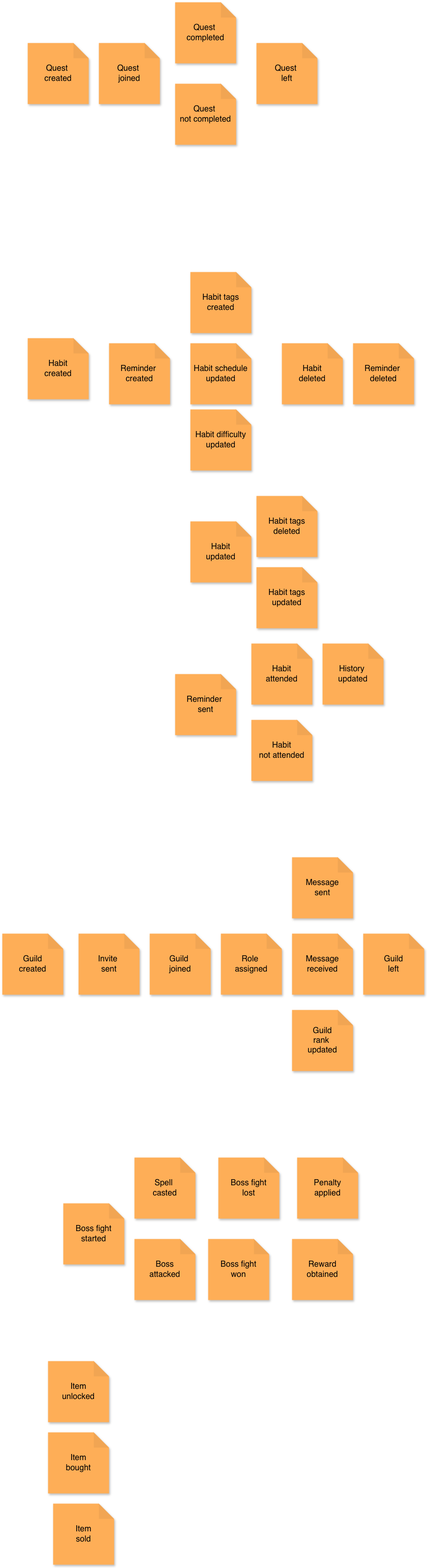
MHS-20/HabitQuest keeps this draw.io diagram as docs/eventStorming/EventStormingTimeline.drawio.png. Above is the earlier version. Source tidied: cells renumbered, new cells last; positions are measured from the earlier drawing's top-left corner, leaving out a move shared by most shapes.
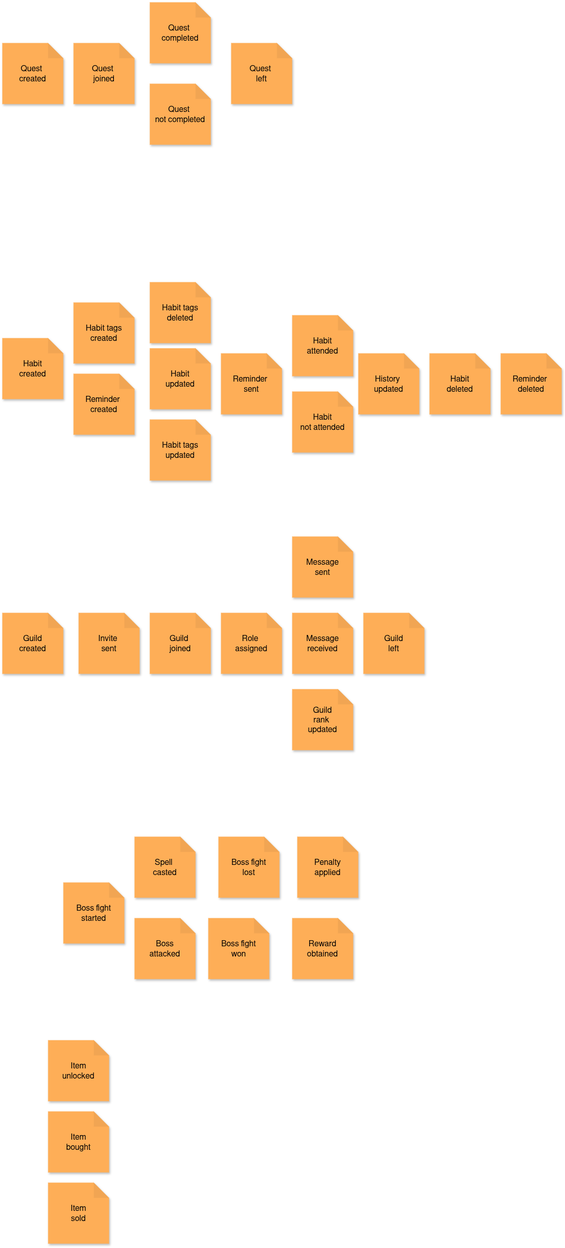
After the change.

The edit, as a diff of the source:
```diff
@@ -3,49 +3,43 @@
     <mxCell id="0" />
     <mxCell id="1" parent="0" />
     <mxCell id="2" value="Quest&amp;nbsp;&lt;div&gt;created&lt;/div&gt;" style="shape=note;whiteSpace=wrap;html=1;backgroundOutline=1;darkOpacity=0.05;fillColor=#feae57;strokeColor=none;fontSize=16;fontStyle=0;rotation=0;shadow=1;" parent="1" vertex="1">
-      <mxGeometry x="50" y="80" width="120" height="120" as="geometry" />
+      <mxGeometry y="710" width="120" height="120" as="geometry" />
     </mxCell>
     <mxCell id="3" value="Quest&amp;nbsp;&lt;div&gt;completed&lt;/div&gt;" style="shape=note;whiteSpace=wrap;html=1;backgroundOutline=1;darkOpacity=0.05;fillColor=#feae57;strokeColor=none;fontSize=16;fontStyle=0;rotation=0;shadow=1;" parent="1" vertex="1">
-      <mxGeometry x="340" width="120" height="120" as="geometry" />
+      <mxGeometry x="290" y="630" width="120" height="120" as="geometry" />
     </mxCell>
     <mxCell id="4" value="Quest&amp;nbsp;&lt;div&gt;not completed&lt;/div&gt;" style="shape=note;whiteSpace=wrap;html=1;backgroundOutline=1;darkOpacity=0.05;fillColor=#feae57;strokeColor=none;fontSize=16;fontStyle=0;rotation=0;shadow=1;" parent="1" vertex="1">
-      <mxGeometry x="340" y="160" width="120" height="120" as="geometry" />
+      <mxGeometry x="290" y="790" width="120" height="120" as="geometry" />
     </mxCell>
     <mxCell id="5" value="Quest&amp;nbsp;&lt;div&gt;joined&lt;/div&gt;" style="shape=note;whiteSpace=wrap;html=1;backgroundOutline=1;darkOpacity=0.05;fillColor=#feae57;strokeColor=none;fontSize=16;fontStyle=0;rotation=0;shadow=1;" parent="1" vertex="1">
-      <mxGeometry x="190" y="80" width="120" height="120" as="geometry" />
+      <mxGeometry x="140" y="710" width="120" height="120" as="geometry" />
     </mxCell>
     <mxCell id="6" value="Quest&amp;nbsp;&lt;div&gt;left&lt;/div&gt;" style="shape=note;whiteSpace=wrap;html=1;backgroundOutline=1;darkOpacity=0.05;fillColor=#feae57;strokeColor=none;fontSize=16;fontStyle=0;rotation=0;shadow=1;" parent="1" vertex="1">
-      <mxGeometry x="500" y="80" width="120" height="120" as="geometry" />
+      <mxGeometry x="450" y="710" width="120" height="120" as="geometry" />
     </mxCell>
-    <mxCell id="7" value="Habit difficulty&lt;div&gt;updated&lt;/div&gt;" style="shape=note;whiteSpace=wrap;html=1;backgroundOutline=1;darkOpacity=0.05;fillColor=#feae57;strokeColor=none;fontSize=16;fontStyle=0;rotation=0;shadow=1;" parent="1" vertex="1">
-      <mxGeometry x="370" y="800" width="120" height="120" as="geometry" />
-    </mxCell>
     <mxCell id="8" value="Habit tags&lt;div&gt;updated&lt;/div&gt;" style="shape=note;whiteSpace=wrap;html=1;backgroundOutline=1;darkOpacity=0.05;fillColor=#feae57;strokeColor=none;fontSize=16;fontStyle=0;rotation=0;shadow=1;" parent="1" vertex="1">
-      <mxGeometry x="500" y="1110" width="120" height="120" as="geometry" />
+      <mxGeometry x="290" y="1450" width="120" height="120" as="geometry" />
     </mxCell>
-    <mxCell id="9" value="Habit schedule&lt;div&gt;updated&lt;/div&gt;" style="shape=note;whiteSpace=wrap;html=1;backgroundOutline=1;darkOpacity=0.05;fillColor=#feae57;strokeColor=none;fontSize=16;fontStyle=0;rotation=0;shadow=1;" parent="1" vertex="1">
-      <mxGeometry x="370" y="670" width="120" height="120" as="geometry" />
-    </mxCell>
     <mxCell id="10" value="Habit&lt;div&gt;updated&lt;/div&gt;" style="shape=note;whiteSpace=wrap;html=1;backgroundOutline=1;darkOpacity=0.05;fillColor=#feae57;strokeColor=none;fontSize=16;fontStyle=0;rotation=0;shadow=1;" parent="1" vertex="1">
-      <mxGeometry x="370" y="1020" width="120" height="120" as="geometry" />
+      <mxGeometry x="290" y="1310" width="120" height="120" as="geometry" />
     </mxCell>
     <mxCell id="11" value="Habit&lt;div&gt;created&lt;/div&gt;" style="shape=note;whiteSpace=wrap;html=1;backgroundOutline=1;darkOpacity=0.05;fillColor=#feae57;strokeColor=none;fontSize=16;fontStyle=0;rotation=0;shadow=1;" parent="1" vertex="1">
-      <mxGeometry x="50" y="660" width="120" height="120" as="geometry" />
+      <mxGeometry y="1290" width="120" height="120" as="geometry" />
     </mxCell>
     <mxCell id="12" value="Habit&lt;div&gt;deleted&lt;/div&gt;" style="shape=note;whiteSpace=wrap;html=1;backgroundOutline=1;darkOpacity=0.05;fillColor=#feae57;strokeColor=none;fontSize=16;fontStyle=0;rotation=0;shadow=1;" parent="1" vertex="1">
-      <mxGeometry x="550" y="670" width="120" height="120" as="geometry" />
+      <mxGeometry x="840" y="1320" width="120" height="120" as="geometry" />
     </mxCell>
     <mxCell id="13" value="Habit&lt;div&gt;attended&lt;/div&gt;" style="shape=note;whiteSpace=wrap;html=1;backgroundOutline=1;darkOpacity=0.05;fillColor=#feae57;strokeColor=none;fontSize=16;fontStyle=0;rotation=0;shadow=1;" parent="1" vertex="1">
-      <mxGeometry x="490" y="1260" width="120" height="120" as="geometry" />
+      <mxGeometry x="570" y="1245" width="120" height="120" as="geometry" />
     </mxCell>
     <mxCell id="14" value="Habit&lt;div&gt;not attended&lt;/div&gt;" style="shape=note;whiteSpace=wrap;html=1;backgroundOutline=1;darkOpacity=0.05;fillColor=#feae57;strokeColor=none;fontSize=16;fontStyle=0;rotation=0;shadow=1;" parent="1" vertex="1">
-      <mxGeometry x="490" y="1410" width="120" height="120" as="geometry" />
+      <mxGeometry x="570" y="1395" width="120" height="120" as="geometry" />
     </mxCell>
     <mxCell id="15" value="Habit tags&lt;div&gt;created&lt;/div&gt;" style="shape=note;whiteSpace=wrap;html=1;backgroundOutline=1;darkOpacity=0.05;fillColor=#feae57;strokeColor=none;fontSize=16;fontStyle=0;rotation=0;shadow=1;" parent="1" vertex="1">
-      <mxGeometry x="370" y="530" width="120" height="120" as="geometry" />
+      <mxGeometry x="140" y="1220" width="120" height="120" as="geometry" />
     </mxCell>
     <mxCell id="16" value="Habit tags&lt;div&gt;deleted&lt;/div&gt;" style="shape=note;whiteSpace=wrap;html=1;backgroundOutline=1;darkOpacity=0.05;fillColor=#feae57;strokeColor=none;fontSize=16;fontStyle=0;rotation=0;shadow=1;" parent="1" vertex="1">
-      <mxGeometry x="500" y="970" width="120" height="120" as="geometry" />
+      <mxGeometry x="290" y="1180" width="120" height="120" as="geometry" />
     </mxCell>
     <mxCell id="17" value="Guild&lt;div&gt;created&lt;/div&gt;" style="shape=note;whiteSpace=wrap;html=1;backgroundOutline=1;darkOpacity=0.05;fillColor=#feae57;strokeColor=none;fontSize=16;fontStyle=0;rotation=0;shadow=1;" parent="1" vertex="1">
       <mxGeometry y="1830" width="120" height="120" as="geometry" />
@@ -72,16 +66,16 @@
       <mxGeometry x="430" y="1830" width="120" height="120" as="geometry" />
     </mxCell>
     <mxCell id="25" value="Reminder&amp;nbsp;&lt;div&gt;created&lt;/div&gt;" style="shape=note;whiteSpace=wrap;html=1;backgroundOutline=1;darkOpacity=0.05;fillColor=#feae57;strokeColor=none;fontSize=16;fontStyle=0;rotation=0;shadow=1;" parent="1" vertex="1">
-      <mxGeometry x="210" y="670" width="120" height="120" as="geometry" />
+      <mxGeometry x="140" y="1360" width="120" height="120" as="geometry" />
     </mxCell>
     <mxCell id="26" value="Reminder&amp;nbsp;&lt;div&gt;sent&lt;/div&gt;" style="shape=note;whiteSpace=wrap;html=1;backgroundOutline=1;darkOpacity=0.05;fillColor=#feae57;strokeColor=none;fontSize=16;fontStyle=0;rotation=0;shadow=1;" parent="1" vertex="1">
-      <mxGeometry x="340" y="1320" width="120" height="120" as="geometry" />
+      <mxGeometry x="430" y="1320" width="120" height="120" as="geometry" />
     </mxCell>
     <mxCell id="27" value="Reminder&amp;nbsp;&lt;div&gt;deleted&lt;/div&gt;" style="shape=note;whiteSpace=wrap;html=1;backgroundOutline=1;darkOpacity=0.05;fillColor=#feae57;strokeColor=none;fontSize=16;fontStyle=0;rotation=0;shadow=1;" parent="1" vertex="1">
-      <mxGeometry x="690" y="670" width="120" height="120" as="geometry" />
+      <mxGeometry x="980" y="1320" width="120" height="120" as="geometry" />
     </mxCell>
     <mxCell id="28" value="History&amp;nbsp;&lt;div&gt;updated&lt;/div&gt;" style="shape=note;whiteSpace=wrap;html=1;backgroundOutline=1;darkOpacity=0.05;fillColor=#feae57;strokeColor=none;fontSize=16;fontStyle=0;rotation=0;shadow=1;" parent="1" vertex="1">
-      <mxGeometry x="630" y="1260" width="120" height="120" as="geometry" />
+      <mxGeometry x="700" y="1320" width="120" height="120" as="geometry" />
     </mxCell>
     <mxCell id="29" value="Boss fight&lt;div&gt;started&lt;/div&gt;" style="shape=note;whiteSpace=wrap;html=1;backgroundOutline=1;darkOpacity=0.05;fillColor=#feae57;strokeColor=none;fontSize=16;fontStyle=0;rotation=0;shadow=1;" parent="1" vertex="1">
       <mxGeometry x="120" y="2360" width="120" height="120" as="geometry" />
@@ -111,7 +105,7 @@
       <mxGeometry x="90" y="2670" width="120" height="120" as="geometry" />
     </mxCell>
     <mxCell id="38" value="Item&lt;div&gt;sold&lt;/div&gt;" style="shape=note;whiteSpace=wrap;html=1;backgroundOutline=1;darkOpacity=0.05;fillColor=#feae57;strokeColor=none;fontSize=16;fontStyle=0;rotation=0;shadow=1;" parent="1" vertex="1">
-      <mxGeometry x="100" y="2950" width="120" height="120" as="geometry" />
+      <mxGeometry x="90" y="2950" width="120" height="120" as="geometry" />
     </mxCell>
   </root>
 </mxGraphModel>
```
